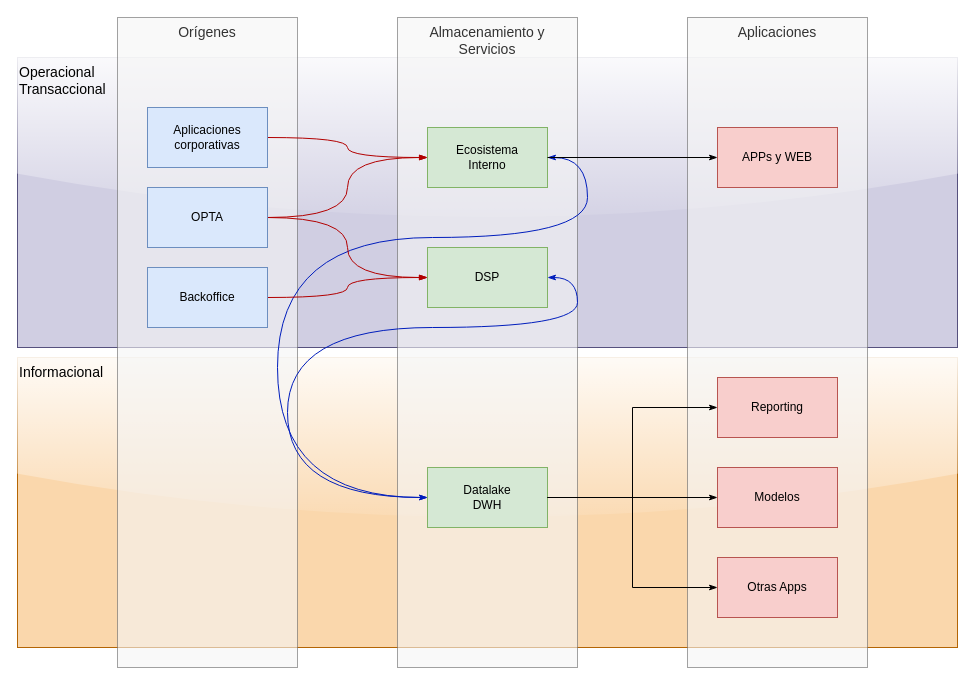
The draw.io diagram draw.io/LaLiga/Sistemas_Informacion_v2.drawio in icuefue/draw.io, before the edit. Source tidied: cells renumbered, new cells numbered last; positions are measured from the earlier drawing's top-left corner, leaving out a move shared by most shapes. Both pictures are drawn from the tidied source at 100%, with x=0, y=0 at pixel (17, 17).
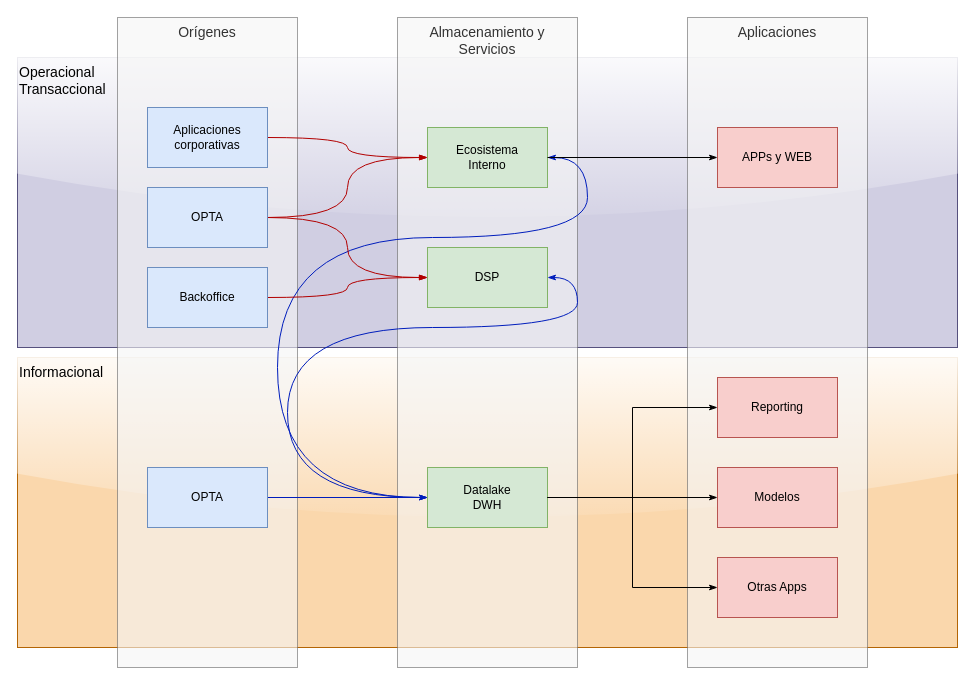
The same diagram, later.

Unchanged cells that the change refers to:
```xml
<mxCell id="12" value="Datalake&lt;br&gt;DWH&lt;br&gt;" style="rounded=0;whiteSpace=wrap;html=1;fillColor=#d5e8d4;strokeColor=#82b366;glass=0;" parent="1" vertex="1">
  <mxGeometry x="410" y="450" width="120" height="60" as="geometry" />
</mxCell>
```

What changed in the source:
```diff
@@
+    <mxCell id="27" style="edgeStyle=none;rounded=0;jettySize=auto;html=1;exitX=1;exitY=0.5;exitDx=0;exitDy=0;entryX=0;entryY=0.5;entryDx=0;entryDy=0;startArrow=none;startFill=0;endArrow=classicThin;endFill=1;fontSize=14;fontColor=#000000;fillColor=#0050ef;strokeColor=#001DBC;" parent="1" edge="1" source="28" target="12">
+      <mxGeometry relative="1" as="geometry" />
+    </mxCell>
+    <mxCell id="28" value="OPTA&lt;br&gt;" style="rounded=0;whiteSpace=wrap;html=1;fillColor=#dae8fc;strokeColor=#6c8ebf;glass=0;" parent="1" vertex="1">
+      <mxGeometry x="130" y="450" width="120" height="60" as="geometry" />
+    </mxCell>
```
